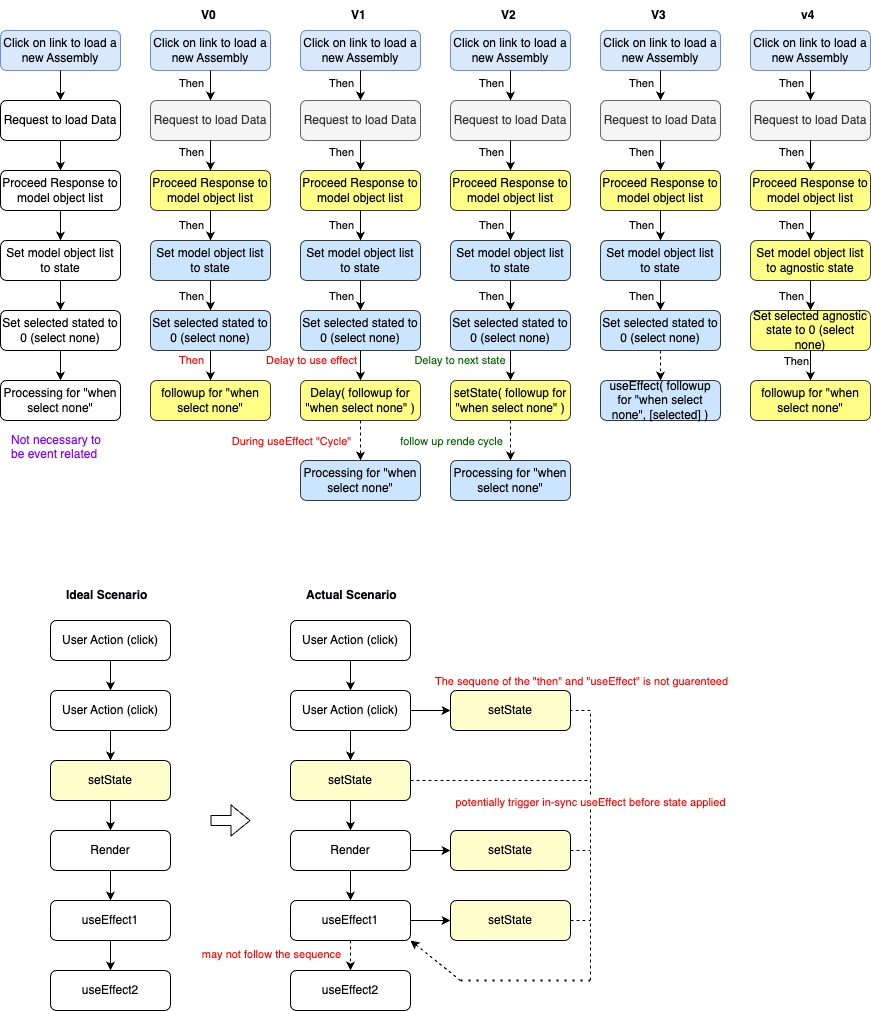
The draw.io diagram src/pages/batch/batch.drawio.png in jesse23/react-test-bed, before a commit. Source tidied: cells renumbered, new cells last; positions are measured from the earlier drawing's top-left corner, leaving out a move shared by most shapes.
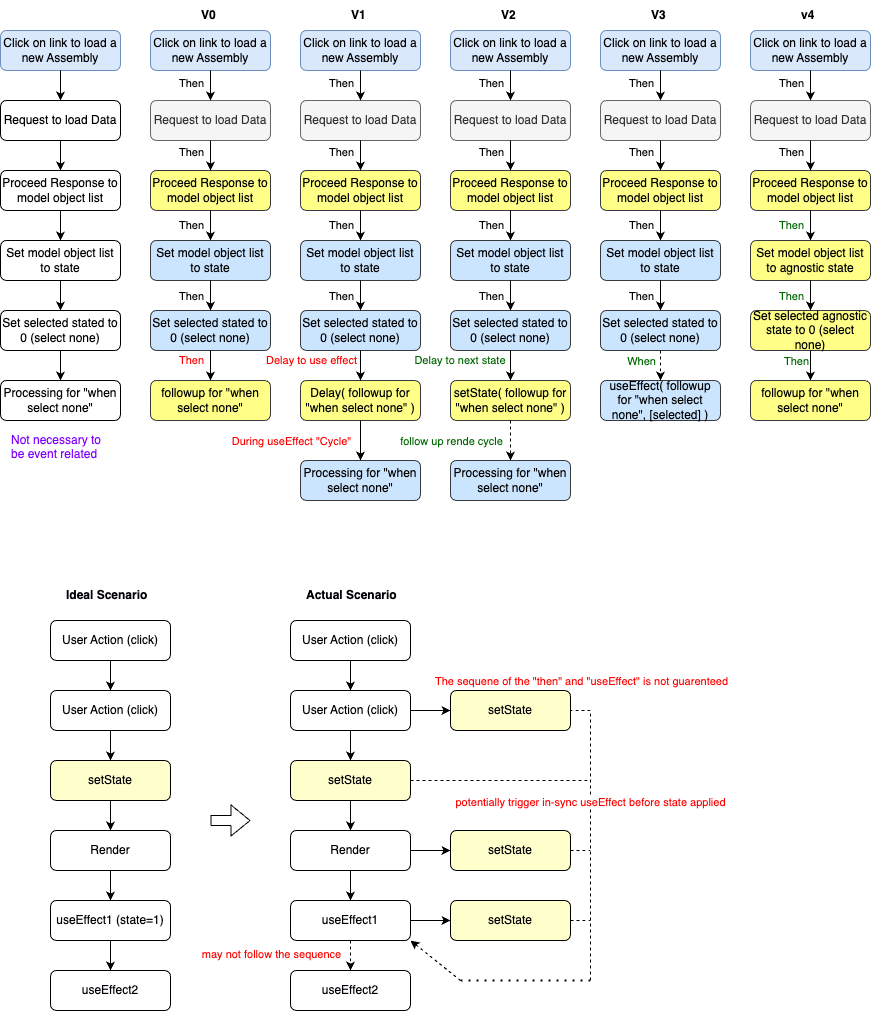
Above is the later version.

Change to the diagram source:
```diff
@@ -108,6 +108,9 @@
     <mxCell id="33" value="Set model object list to state" style="rounded=1;whiteSpace=wrap;html=1;fillColor=#cce5ff;strokeColor=#36393d;" parent="1" vertex="1">
       <mxGeometry x="300" y="240" width="120" height="40" as="geometry" />
     </mxCell>
+    <mxCell id="145" style="edgeStyle=none;html=1;" parent="1" edge="1" source="34" target="49">
+      <mxGeometry relative="1" as="geometry" />
+    </mxCell>
     <mxCell id="34" value="Set selected stated to 0 (select none)" style="rounded=1;whiteSpace=wrap;html=1;fillColor=#cce5ff;strokeColor=#36393d;" parent="1" vertex="1">
       <mxGeometry x="300" y="310" width="120" height="40" as="geometry" />
     </mxCell>
@@ -297,6 +300,11 @@
     <mxCell id="84" style="endArrow=classic;html=1;entryX=0.5;entryY=0;entryDx=0;entryDy=0;exitX=0.5;exitY=1;exitDx=0;exitDy=0;dashed=1;" parent="1" edge="1" source="74" target="75">
       <mxGeometry relative="1" as="geometry" />
     </mxCell>
+    <mxCell id="146" value="&lt;font color=&quot;#006600&quot;&gt;When&lt;/font&gt;" style="edgeLabel;html=1;align=center;verticalAlign=middle;" parent="84" vertex="1">
+      <mxGeometry x="-0.09" y="-1" relative="1" as="geometry">
+        <mxPoint x="-19" y="-4" as="offset" />
+      </mxGeometry>
+    </mxCell>
     <mxCell id="85" value="V3" style="text;strokeColor=none;fillColor=none;align=left;verticalAlign=middle;spacingLeft=4;spacingRight=4;overflow=hidden;whiteSpace=wrap;html=1;fontStyle=1;" parent="1" vertex="1">
       <mxGeometry x="645" width="30" height="30" as="geometry" />
     </mxCell>
@@ -334,7 +342,7 @@
     <mxCell id="95" style="endArrow=classic;html=1;entryX=0.5;entryY=0;entryDx=0;entryDy=0;exitX=0.5;exitY=1;exitDx=0;exitDy=0;" parent="1" edge="1" source="88" target="89">
       <mxGeometry relative="1" as="geometry" />
     </mxCell>
-    <mxCell id="96" value="Then" style="edgeLabel;html=1;align=center;verticalAlign=middle;" parent="95" vertex="1">
+    <mxCell id="96" value="Then" style="edgeLabel;html=1;align=center;verticalAlign=middle;fontColor=#006600;" parent="95" vertex="1">
       <mxGeometry x="-0.08" relative="1" as="geometry">
         <mxPoint x="-20" as="offset" />
       </mxGeometry>
@@ -342,7 +350,7 @@
     <mxCell id="97" style="endArrow=classic;html=1;entryX=0.5;entryY=0;entryDx=0;entryDy=0;exitX=0.5;exitY=1;exitDx=0;exitDy=0;" parent="1" edge="1" source="89" target="90">
       <mxGeometry relative="1" as="geometry" />
     </mxCell>
-    <mxCell id="98" value="Then" style="edgeLabel;html=1;align=center;verticalAlign=middle;fontColor=#030005;" parent="97" vertex="1">
+    <mxCell id="98" value="Then" style="edgeLabel;html=1;align=center;verticalAlign=middle;fontColor=#006600;" parent="97" vertex="1">
       <mxGeometry x="-0.02" y="-1" relative="1" as="geometry">
         <mxPoint x="-19" as="offset" />
       </mxGeometry>
@@ -352,7 +360,7 @@
         <mxPoint x="810" y="380" as="targetPoint" />
       </mxGeometry>
     </mxCell>
-    <mxCell id="100" value="Then" style="edgeLabel;html=1;align=center;verticalAlign=middle;fontColor=#030005;" parent="99" vertex="1">
+    <mxCell id="100" value="Then" style="edgeLabel;html=1;align=center;verticalAlign=middle;fontColor=#006600;" parent="99" vertex="1">
       <mxGeometry x="-0.33" y="2" relative="1" as="geometry">
         <mxPoint x="-17" as="offset" />
       </mxGeometry>
@@ -375,6 +383,9 @@
     <mxCell id="106" value="setState" style="rounded=1;whiteSpace=wrap;html=1;fontColor=#030005;fillColor=#FFFFCC;" parent="1" vertex="1">
       <mxGeometry x="290" y="760" width="120" height="40" as="geometry" />
     </mxCell>
+    <mxCell id="147" style="edgeStyle=none;html=1;" parent="1" edge="1" source="107" target="108">
+      <mxGeometry relative="1" as="geometry" />
+    </mxCell>
     <mxCell id="107" value="User Action (click)" style="rounded=1;whiteSpace=wrap;html=1;fontColor=#030005;" parent="1" vertex="1">
       <mxGeometry x="290" y="620" width="120" height="40" as="geometry" />
     </mxCell>
@@ -406,7 +417,7 @@
     <mxCell id="115" value="Render" style="rounded=1;whiteSpace=wrap;html=1;fontColor=#030005;" parent="1" vertex="1">
       <mxGeometry x="50" y="830" width="120" height="40" as="geometry" />
     </mxCell>
-    <mxCell id="116" value="useEffect1" style="rounded=1;whiteSpace=wrap;html=1;fontColor=#030005;" parent="1" vertex="1">
+    <mxCell id="116" value="useEffect1 (state=1)" style="rounded=1;whiteSpace=wrap;html=1;fontColor=#030005;" parent="1" vertex="1">
       <mxGeometry x="50" y="900" width="120" height="40" as="geometry" />
     </mxCell>
     <mxCell id="117" value="useEffect2" style="rounded=1;whiteSpace=wrap;html=1;fontColor=#030005;" parent="1" vertex="1">
```
